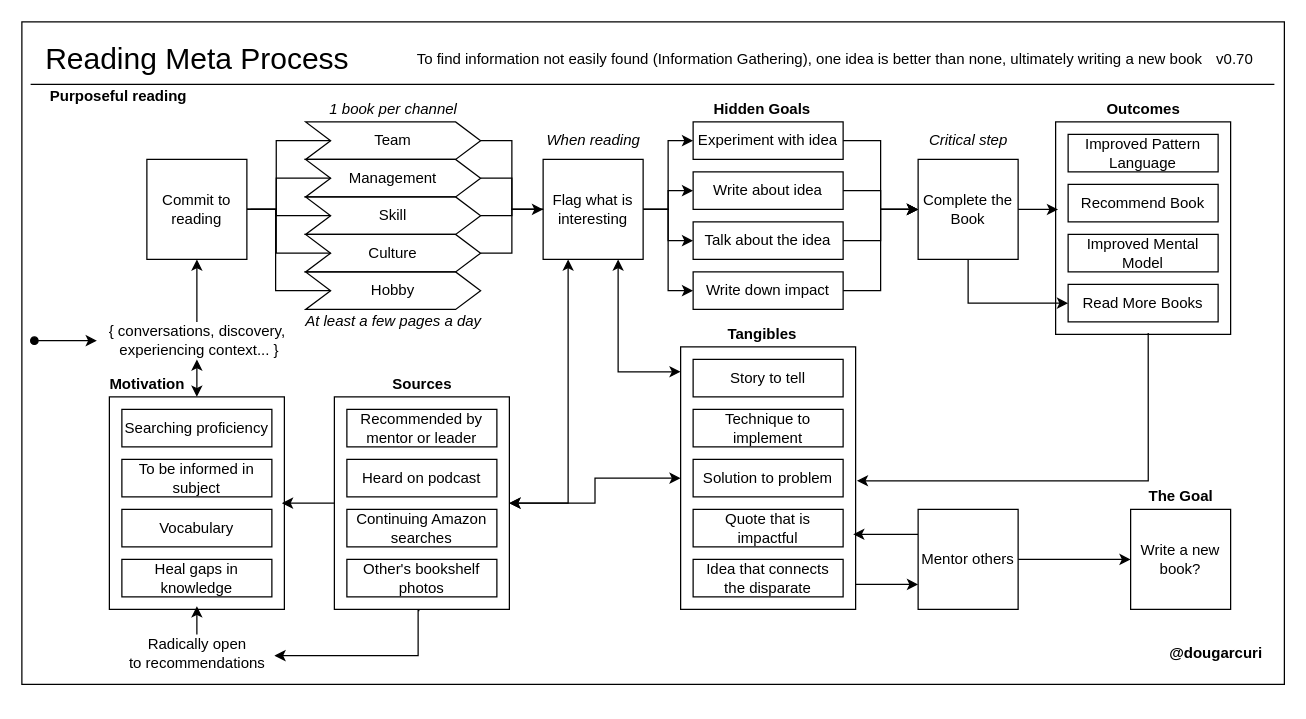
Above: books/diagrams/reading-process.drawio in solidi/learning-notes (draw.io), before the change. Source tidied: cells renumbered, new cells numbered last; positions are measured from the earlier drawing's top-left corner, leaving out a move shared by most shapes. Both pictures are drawn from the tidied source at 125%, with x=0, y=0 at pixel (21, 21).
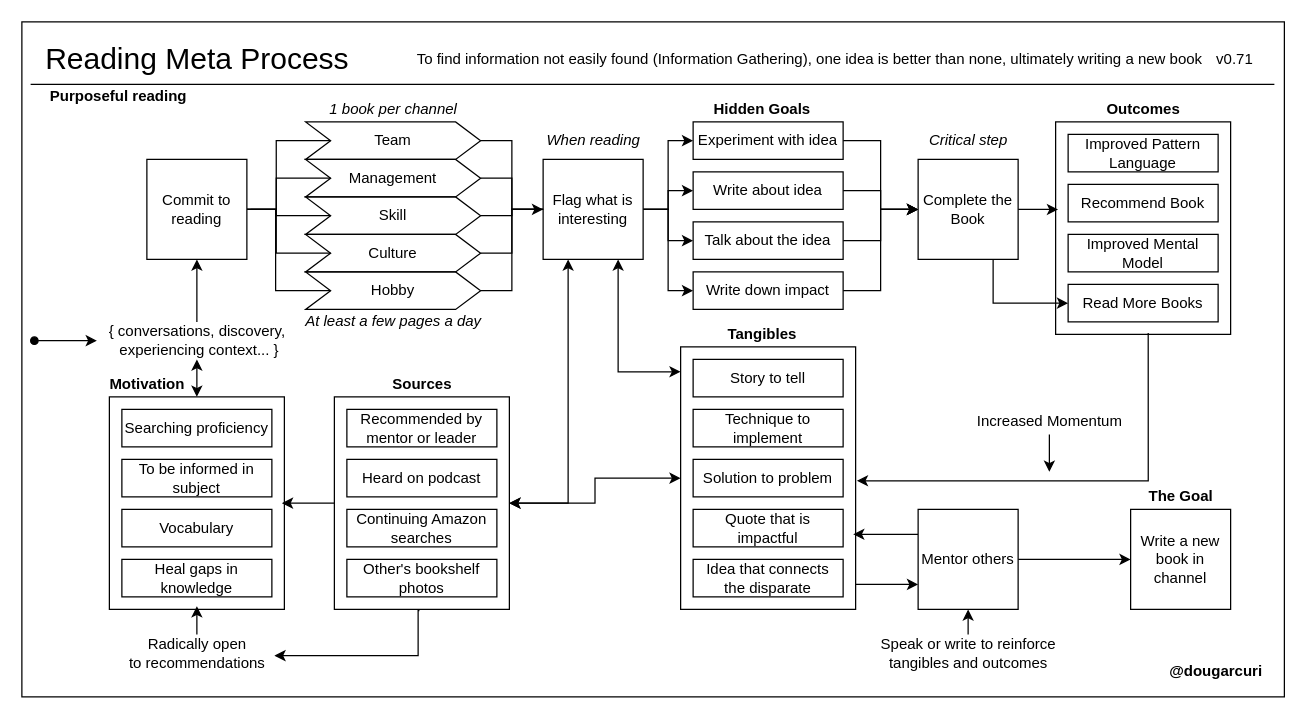
After the change.

Commit message (it also covers changes not shown here):
Add momentum and the goal to reading

The change refers to these unchanged cells:
```xml
<mxCell id="22" value="Flag what is interesting" style="whiteSpace=wrap;html=1;" parent="1" vertex="1">
  <mxGeometry x="417" y="110" width="80" height="80" as="geometry" />
</mxCell>
<mxCell id="42" value="Read More Books" style="rounded=0;whiteSpace=wrap;html=1;" parent="1" vertex="1">
  <mxGeometry x="837" y="210" width="120" height="30" as="geometry" />
</mxCell>
<mxCell id="45" value="Complete the Book" style="whiteSpace=wrap;html=1;" parent="1" vertex="1">
  <mxGeometry x="717" y="110" width="80" height="80" as="geometry" />
</mxCell>
<mxCell id="81" value="Hobby" style="shape=step;perimeter=stepPerimeter;whiteSpace=wrap;html=1;fixedSize=1;fillColor=none;" parent="1" vertex="1">
  <mxGeometry x="227" y="200" width="140" height="30" as="geometry" />
</mxCell>
```

What changed in the source:
```diff
@@
     <mxCell id="2" style="rounded=0;whiteSpace=wrap;html=1;fillColor=none;" parent="1" vertex="1">
-      <mxGeometry width="1010" height="530" as="geometry" />
+      <mxGeometry width="1010" height="540" as="geometry" />
     </mxCell>
@@
-    <mxCell id="27" value="v0.70" style="text;html=1;align=center;verticalAlign=middle;" parent="1" vertex="1">
+    <mxCell id="27" value="v0.71" style="text;html=1;align=center;verticalAlign=middle;" parent="1" vertex="1">
       <mxGeometry x="950" y="20" width="40" height="20" as="geometry" />
     </mxCell>
     <mxCell id="28" value="&lt;b&gt;@dougarcuri&lt;/b&gt;" style="text;html=1;align=center;verticalAlign=middle;" parent="1" vertex="1">
-      <mxGeometry x="910" y="495" width="90" height="20" as="geometry" />
+      <mxGeometry x="910" y="510" width="90" height="20" as="geometry" />
     </mxCell>
@@
-    <mxCell id="44" style="edgeStyle=orthogonalEdgeStyle;rounded=0;jettySize=auto;html=1;exitX=0.5;exitY=1;exitDx=0;exitDy=0;entryX=0;entryY=0.5;entryDx=0;entryDy=0;startArrow=none;startFill=0;endArrow=classic;endFill=1;" parent="1" edge="1" source="45" target="42">
+    <mxCell id="44" style="edgeStyle=orthogonalEdgeStyle;rounded=0;jettySize=auto;html=1;exitX=0.75;exitY=1;exitDx=0;exitDy=0;entryX=0;entryY=0.5;entryDx=0;entryDy=0;startArrow=none;startFill=0;endArrow=classic;endFill=1;" parent="1" edge="1" source="45" target="42">
       <mxGeometry relative="1" as="geometry" />
     </mxCell>
@@
-    <mxCell id="62" value="Write a new book?" style="whiteSpace=wrap;html=1;" parent="1" vertex="1">
+    <mxCell id="62" value="Write a new book in channel" style="whiteSpace=wrap;html=1;" parent="1" vertex="1">
       <mxGeometry x="887" y="390" width="80" height="80" as="geometry" />
     </mxCell>
@@
+    <mxCell id="88" style="edgeStyle=orthogonalEdgeStyle;rounded=0;jettySize=auto;html=1;exitX=1;exitY=0.5;exitDx=0;exitDy=0;entryX=0;entryY=0.5;entryDx=0;entryDy=0;startArrow=none;startFill=0;endArrow=none;endFill=0;" parent="1" edge="1" source="81" target="22">
+      <mxGeometry relative="1" as="geometry" />
+    </mxCell>
@@
+    <mxCell id="89" style="edgeStyle=orthogonalEdgeStyle;rounded=0;jettySize=auto;html=1;entryX=0.5;entryY=0.985;entryDx=0;entryDy=0;entryPerimeter=0;startArrow=none;startFill=0;endArrow=classic;endFill=1;" parent="1" edge="1" source="90">
+      <mxGeometry relative="1" as="geometry">
+        <mxPoint x="757" y="470" as="targetPoint" />
+      </mxGeometry>
+    </mxCell>
+    <mxCell id="90" value="Speak or write to reinforce&lt;br&gt;tangibles and outcomes" style="text;html=1;align=center;verticalAlign=middle;points=[];" parent="1" vertex="1">
+      <mxGeometry x="677" y="490" width="160" height="30" as="geometry" />
+    </mxCell>
+    <mxCell id="91" style="edgeStyle=orthogonalEdgeStyle;rounded=0;jettySize=auto;html=1;startArrow=none;startFill=0;endArrow=classic;endFill=1;" parent="1" edge="1" source="92">
+      <mxGeometry relative="1" as="geometry">
+        <mxPoint x="822" y="360" as="targetPoint" />
+      </mxGeometry>
+    </mxCell>
+    <mxCell id="92" value="Increased Momentum" style="text;html=1;align=center;verticalAlign=middle;points=[];" parent="1" vertex="1">
+      <mxGeometry x="757" y="310" width="130" height="20" as="geometry" />
+    </mxCell>
```
